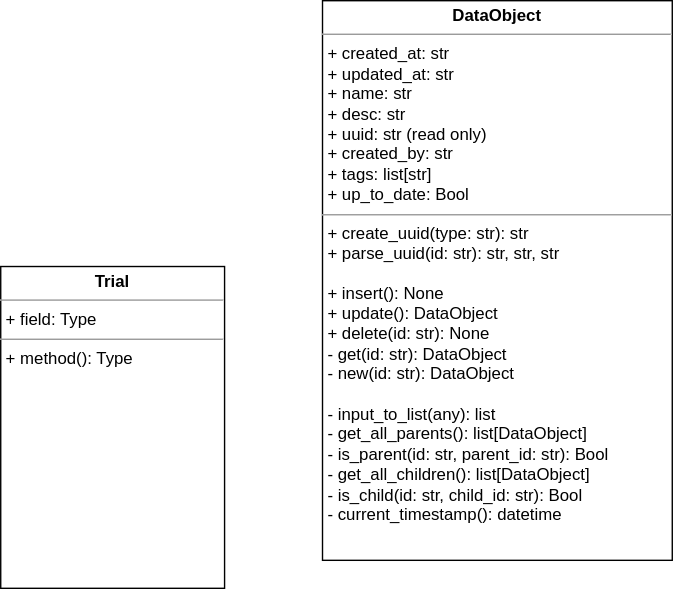
Before: uml.drawio.svg, a diagram exported from draw.io (ResearchOS/Biomech-Analysis-Platform-Python). Source tidied: cells renumbered, new cells last; positions are measured from the earlier drawing's top-left corner, leaving out a move shared by most shapes.
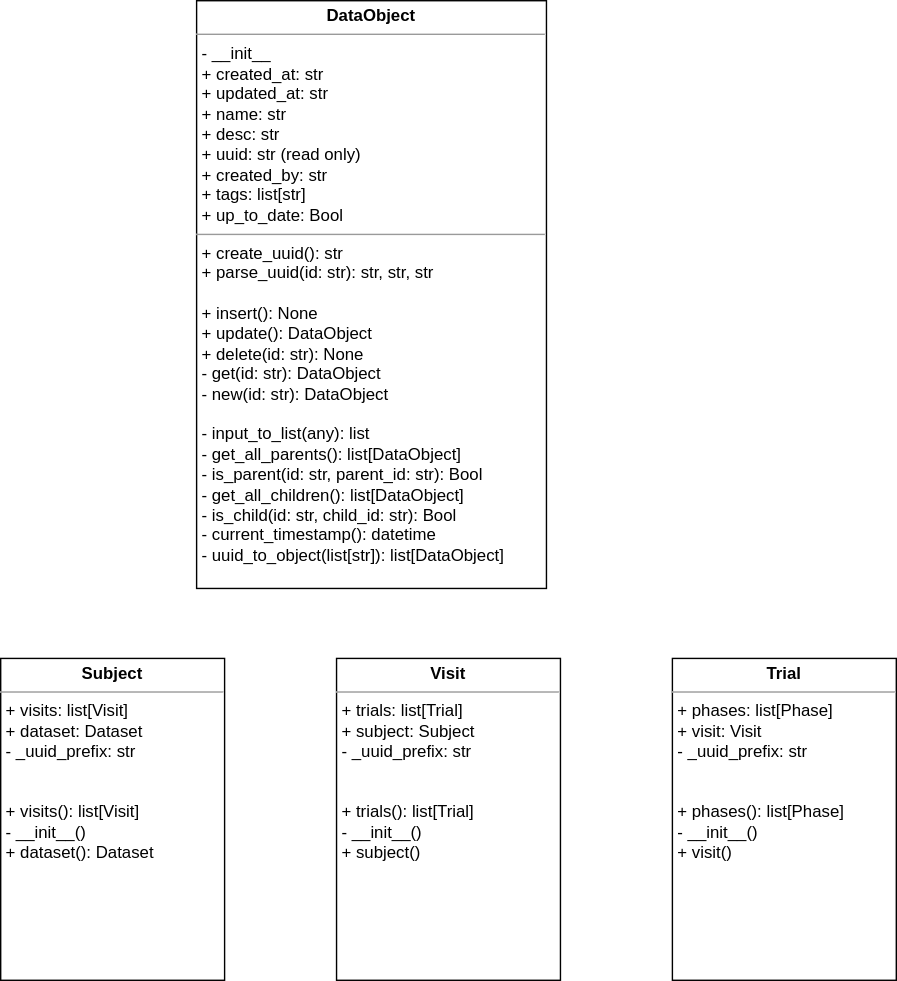
Later version of the same file.

Change to the diagram source:
```diff
@@ -2,11 +2,17 @@
   <root>
     <mxCell id="0" />
     <mxCell id="1" parent="0" />
-    <mxCell id="2" value="&lt;p style=&quot;margin:0px;margin-top:4px;text-align:center;&quot;&gt;&lt;b&gt;Trial&lt;/b&gt;&lt;/p&gt;&lt;hr size=&quot;1&quot;&gt;&lt;p style=&quot;margin:0px;margin-left:4px;&quot;&gt;+ field: Type&lt;/p&gt;&lt;hr size=&quot;1&quot;&gt;&lt;p style=&quot;margin:0px;margin-left:4px;&quot;&gt;+ method(): Type&lt;/p&gt;" style="verticalAlign=top;align=left;overflow=fill;fontSize=12;fontFamily=Helvetica;html=1;" parent="1" vertex="1">
-      <mxGeometry y="190" width="160" height="230" as="geometry" />
+    <mxCell id="2" value="&lt;p style=&quot;margin:0px;margin-top:4px;text-align:center;&quot;&gt;&lt;b&gt;Trial&lt;/b&gt;&lt;/p&gt;&lt;hr size=&quot;1&quot;&gt;&lt;p style=&quot;margin:0px;margin-left:4px;&quot;&gt;+ phases: list[Phase]&lt;/p&gt;&lt;p style=&quot;margin:0px;margin-left:4px;&quot;&gt;+ visit: Visit&lt;/p&gt;&lt;p style=&quot;margin:0px;margin-left:4px;&quot;&gt;- _uuid_prefix: str&lt;/p&gt;&lt;p style=&quot;margin:0px;margin-left:4px;&quot;&gt;&lt;br&gt;&lt;/p&gt;&lt;p style=&quot;margin:0px;margin-left:4px;&quot;&gt;&lt;br&gt;&lt;/p&gt;&lt;p style=&quot;margin:0px;margin-left:4px;&quot;&gt;+ phases(): list[Phase]&lt;/p&gt;&lt;p style=&quot;margin:0px;margin-left:4px;&quot;&gt;- __init__()&lt;/p&gt;&lt;p style=&quot;margin:0px;margin-left:4px;&quot;&gt;+ visit()&lt;/p&gt;" style="verticalAlign=top;align=left;overflow=fill;fontSize=12;fontFamily=Helvetica;html=1;" parent="1" vertex="1">
+      <mxGeometry x="560" y="250" width="160" height="230" as="geometry" />
     </mxCell>
-    <mxCell id="3" value="&lt;p style=&quot;margin:0px;margin-top:4px;text-align:center;&quot;&gt;&lt;b&gt;DataObject&lt;/b&gt;&lt;/p&gt;&lt;hr size=&quot;1&quot;&gt;&lt;p style=&quot;margin:0px;margin-left:4px;&quot;&gt;+ created_at: str&lt;/p&gt;&lt;p style=&quot;margin:0px;margin-left:4px;&quot;&gt;+ updated_at: str&lt;/p&gt;&lt;p style=&quot;margin:0px;margin-left:4px;&quot;&gt;+ name: str&lt;/p&gt;&lt;p style=&quot;margin:0px;margin-left:4px;&quot;&gt;+ desc: str&lt;/p&gt;&lt;p style=&quot;margin:0px;margin-left:4px;&quot;&gt;+ uuid: str (read only)&lt;/p&gt;&lt;p style=&quot;margin:0px;margin-left:4px;&quot;&gt;+ created_by: str&lt;/p&gt;&lt;p style=&quot;margin:0px;margin-left:4px;&quot;&gt;+ tags: list[str]&lt;/p&gt;&lt;p style=&quot;margin:0px;margin-left:4px;&quot;&gt;+ up_to_date: Bool&lt;/p&gt;&lt;hr size=&quot;1&quot;&gt;&lt;p style=&quot;margin:0px;margin-left:4px;&quot;&gt;+ create_uuid(type: str): str&lt;/p&gt;&lt;p style=&quot;margin:0px;margin-left:4px;&quot;&gt;+ parse_uuid(id: str): str, str, str&lt;/p&gt;&lt;p style=&quot;margin:0px;margin-left:4px;&quot;&gt;&lt;br&gt;&lt;/p&gt;&lt;p style=&quot;margin:0px;margin-left:4px;&quot;&gt;+ insert(): None&lt;/p&gt;&lt;p style=&quot;margin:0px;margin-left:4px;&quot;&gt;+ update(): DataObject&lt;/p&gt;&lt;p style=&quot;margin:0px;margin-left:4px;&quot;&gt;+ delete(id: str): None&lt;/p&gt;&lt;p style=&quot;margin: 0px 0px 0px 4px;&quot;&gt;- get(id: str): DataObject&lt;/p&gt;&lt;p style=&quot;margin: 0px 0px 0px 4px;&quot;&gt;- new(id: str): DataObject&lt;/p&gt;&lt;p style=&quot;margin:0px;margin-left:4px;&quot;&gt;&lt;br&gt;&lt;/p&gt;&lt;p style=&quot;margin:0px;margin-left:4px;&quot;&gt;- input_to_list(any): list&lt;br&gt;&lt;/p&gt;&lt;p style=&quot;margin:0px;margin-left:4px;&quot;&gt;- get_all_parents(): list[DataObject]&lt;/p&gt;&lt;p style=&quot;margin:0px;margin-left:4px;&quot;&gt;- is_parent(id: str, parent_id: str): Bool&lt;/p&gt;&lt;p style=&quot;margin:0px;margin-left:4px;&quot;&gt;- get_all_children(): list[DataObject]&lt;/p&gt;&lt;p style=&quot;margin:0px;margin-left:4px;&quot;&gt;- is_child(id: str, child_id: str): Bool&lt;/p&gt;&lt;p style=&quot;margin:0px;margin-left:4px;&quot;&gt;- current_timestamp(): datetime&lt;/p&gt;" style="verticalAlign=top;align=left;overflow=fill;fontSize=12;fontFamily=Helvetica;html=1;" parent="1" vertex="1">
-      <mxGeometry x="230" width="250" height="400" as="geometry" />
+    <mxCell id="3" value="&lt;p style=&quot;margin:0px;margin-top:4px;text-align:center;&quot;&gt;&lt;b&gt;DataObject&lt;/b&gt;&lt;/p&gt;&lt;hr size=&quot;1&quot;&gt;&lt;p style=&quot;margin:0px;margin-left:4px;&quot;&gt;- __init__&lt;/p&gt;&lt;p style=&quot;margin:0px;margin-left:4px;&quot;&gt;+ created_at: str&lt;/p&gt;&lt;p style=&quot;margin:0px;margin-left:4px;&quot;&gt;+ updated_at: str&lt;/p&gt;&lt;p style=&quot;margin:0px;margin-left:4px;&quot;&gt;+ name: str&lt;/p&gt;&lt;p style=&quot;margin:0px;margin-left:4px;&quot;&gt;+ desc: str&lt;/p&gt;&lt;p style=&quot;margin:0px;margin-left:4px;&quot;&gt;+ uuid: str (read only)&lt;/p&gt;&lt;p style=&quot;margin:0px;margin-left:4px;&quot;&gt;+ created_by: str&lt;/p&gt;&lt;p style=&quot;margin:0px;margin-left:4px;&quot;&gt;+ tags: list[str]&lt;/p&gt;&lt;p style=&quot;margin:0px;margin-left:4px;&quot;&gt;+ up_to_date: Bool&lt;/p&gt;&lt;hr size=&quot;1&quot;&gt;&lt;p style=&quot;margin:0px;margin-left:4px;&quot;&gt;+ create_uuid(): str&lt;/p&gt;&lt;p style=&quot;margin:0px;margin-left:4px;&quot;&gt;+ parse_uuid(id: str): str, str, str&lt;/p&gt;&lt;p style=&quot;margin:0px;margin-left:4px;&quot;&gt;&lt;br&gt;&lt;/p&gt;&lt;p style=&quot;margin:0px;margin-left:4px;&quot;&gt;+ insert(): None&lt;/p&gt;&lt;p style=&quot;margin:0px;margin-left:4px;&quot;&gt;+ update(): DataObject&lt;/p&gt;&lt;p style=&quot;margin:0px;margin-left:4px;&quot;&gt;+ delete(id: str): None&lt;/p&gt;&lt;p style=&quot;margin: 0px 0px 0px 4px;&quot;&gt;- get(id: str): DataObject&lt;/p&gt;&lt;p style=&quot;margin: 0px 0px 0px 4px;&quot;&gt;- new(id: str): DataObject&lt;/p&gt;&lt;p style=&quot;margin:0px;margin-left:4px;&quot;&gt;&lt;br&gt;&lt;/p&gt;&lt;p style=&quot;margin:0px;margin-left:4px;&quot;&gt;- input_to_list(any): list&lt;br&gt;&lt;/p&gt;&lt;p style=&quot;margin:0px;margin-left:4px;&quot;&gt;- get_all_parents(): list[DataObject]&lt;/p&gt;&lt;p style=&quot;margin:0px;margin-left:4px;&quot;&gt;- is_parent(id: str, parent_id: str): Bool&lt;/p&gt;&lt;p style=&quot;margin:0px;margin-left:4px;&quot;&gt;- get_all_children(): list[DataObject]&lt;/p&gt;&lt;p style=&quot;margin:0px;margin-left:4px;&quot;&gt;- is_child(id: str, child_id: str): Bool&lt;/p&gt;&lt;p style=&quot;margin:0px;margin-left:4px;&quot;&gt;- current_timestamp(): datetime&lt;/p&gt;&lt;p style=&quot;margin:0px;margin-left:4px;&quot;&gt;- uuid_to_object(list[str]): list[DataObject]&lt;/p&gt;" style="verticalAlign=top;align=left;overflow=fill;fontSize=12;fontFamily=Helvetica;html=1;" parent="1" vertex="1">
+      <mxGeometry x="220" y="-220" width="250" height="420" as="geometry" />
     </mxCell>
+    <mxCell id="4" value="&lt;p style=&quot;margin:0px;margin-top:4px;text-align:center;&quot;&gt;&lt;b&gt;Subject&lt;/b&gt;&lt;/p&gt;&lt;hr size=&quot;1&quot;&gt;&lt;p style=&quot;margin:0px;margin-left:4px;&quot;&gt;+ visits: list[Visit]&lt;/p&gt;&lt;p style=&quot;margin:0px;margin-left:4px;&quot;&gt;+ dataset: Dataset&lt;/p&gt;&lt;p style=&quot;margin:0px;margin-left:4px;&quot;&gt;- _uuid_prefix: str&lt;/p&gt;&lt;p style=&quot;margin:0px;margin-left:4px;&quot;&gt;&lt;br&gt;&lt;/p&gt;&lt;p style=&quot;margin:0px;margin-left:4px;&quot;&gt;&lt;br&gt;&lt;/p&gt;&lt;p style=&quot;margin:0px;margin-left:4px;&quot;&gt;+ visits(): list[Visit]&lt;/p&gt;&lt;p style=&quot;margin:0px;margin-left:4px;&quot;&gt;- __init__()&lt;/p&gt;&lt;p style=&quot;margin:0px;margin-left:4px;&quot;&gt;+ dataset(): Dataset&lt;/p&gt;" style="verticalAlign=top;align=left;overflow=fill;fontSize=12;fontFamily=Helvetica;html=1;" parent="1" vertex="1">
+      <mxGeometry x="80" y="250" width="160" height="230" as="geometry" />
+    </mxCell>
+    <mxCell id="5" value="&lt;p style=&quot;margin:0px;margin-top:4px;text-align:center;&quot;&gt;&lt;b&gt;Visit&lt;/b&gt;&lt;/p&gt;&lt;hr size=&quot;1&quot;&gt;&lt;p style=&quot;margin:0px;margin-left:4px;&quot;&gt;+ trials: list[Trial]&lt;/p&gt;&lt;p style=&quot;margin:0px;margin-left:4px;&quot;&gt;+ subject: Subject&lt;/p&gt;&lt;p style=&quot;margin:0px;margin-left:4px;&quot;&gt;- _uuid_prefix: str&lt;/p&gt;&lt;p style=&quot;margin:0px;margin-left:4px;&quot;&gt;&lt;br&gt;&lt;/p&gt;&lt;p style=&quot;margin:0px;margin-left:4px;&quot;&gt;&lt;br&gt;&lt;/p&gt;&lt;p style=&quot;margin:0px;margin-left:4px;&quot;&gt;+ trials(): list[Trial]&lt;/p&gt;&lt;p style=&quot;margin:0px;margin-left:4px;&quot;&gt;- __init__()&lt;/p&gt;&lt;p style=&quot;margin:0px;margin-left:4px;&quot;&gt;+ subject()&lt;/p&gt;" style="verticalAlign=top;align=left;overflow=fill;fontSize=12;fontFamily=Helvetica;html=1;" parent="1" vertex="1">
+      <mxGeometry x="320" y="250" width="160" height="230" as="geometry" />
+    </mxCell>
   </root>
 </mxGraphModel>
```
